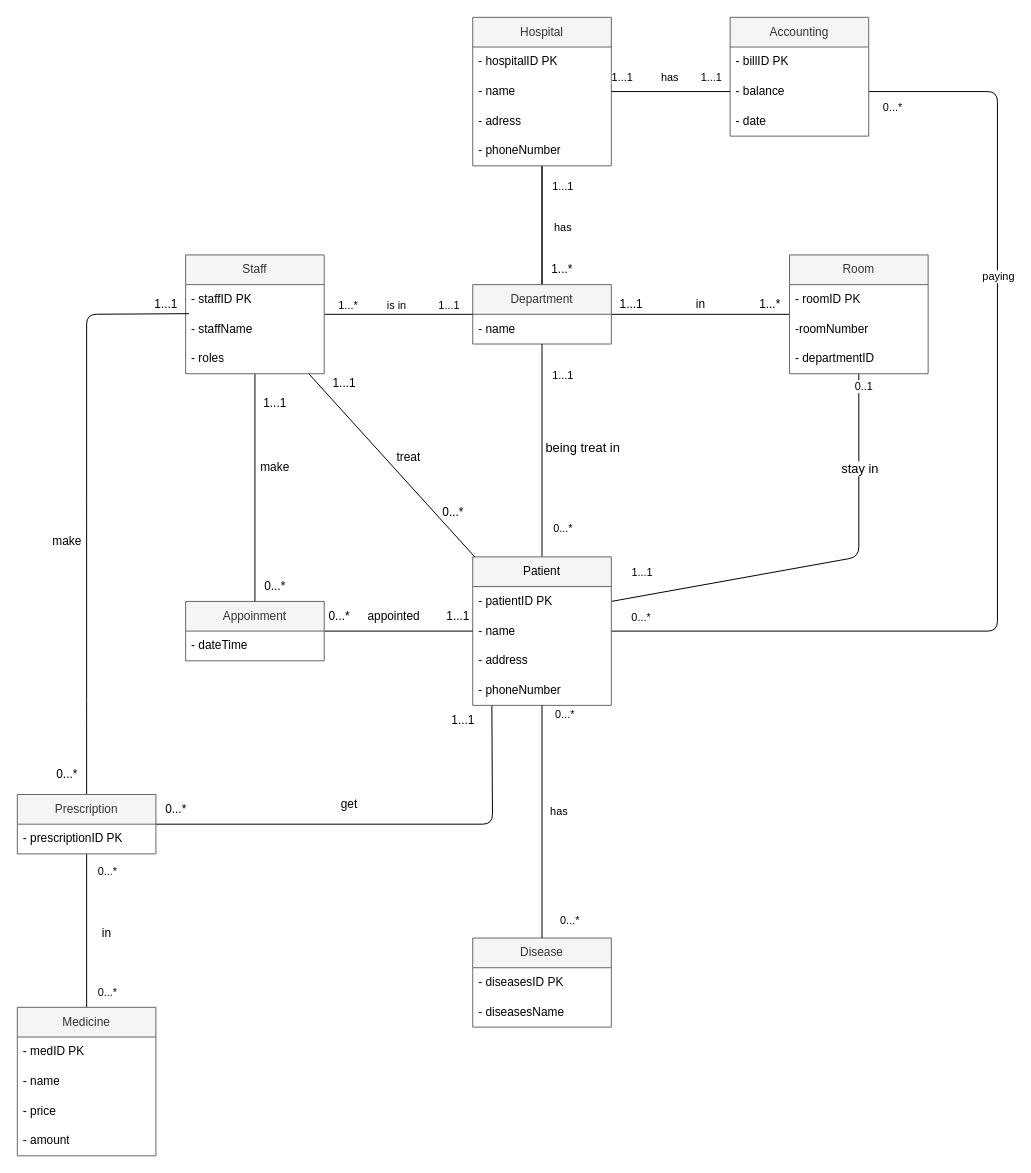
ReggieReo/MaiChaiNaHH-Hospital keeps this draw.io diagram as page "Page-1" (1 of 2) of drawio/conceptual.drawio. Above is the earlier version. Source tidied: cells renumbered, new cells numbered last; positions are measured from the earlier drawing's top-left corner, leaving out a move shared by most shapes. Both pictures are drawn from the tidied source at 99%, with x=0, y=0 at pixel (17, 17).
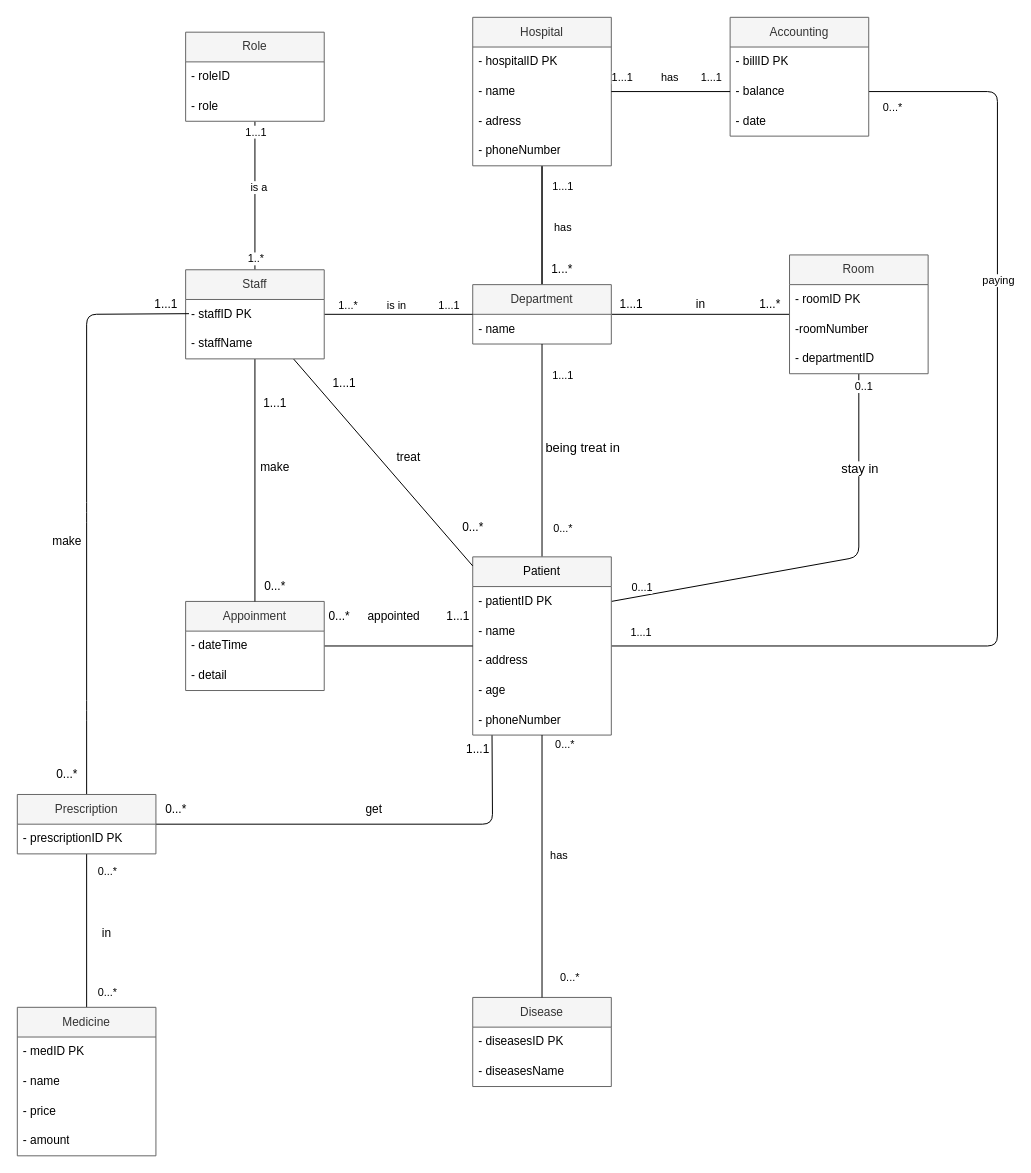
The same page after the edit.

Commit message (it also covers changes not shown here):
delete unused diagram

Unchanged cells that the change refers to:
```xml
<mxCell id="50" value="Prescription" style="swimlane;fontStyle=0;horizontal=1;startSize=30;whiteSpace=wrap;html=1;fontColor=#333333;fillColor=#f5f5f5;strokeColor=#666666;gradientColor=none;swimlaneFillColor=#FFFFFF;" parent="1" vertex="1">
  <mxGeometry y="785" width="140" height="60" as="geometry" />
</mxCell>
<mxCell id="62" value="- balance" style="text;strokeColor=none;fillColor=none;align=left;verticalAlign=middle;spacingLeft=4;spacingRight=4;overflow=hidden;points=[[0,0.5],[1,0.5]];portConstraint=eastwest;whiteSpace=wrap;html=1;fontColor=#000000;" parent="60" vertex="1">
  <mxGeometry y="60" width="140" height="30" as="geometry" />
</mxCell>
<mxCell id="78" value="1...1" style="text;html=1;align=center;verticalAlign=middle;points=[];strokeColor=none;fillColor=none;fontColor=#000000;" parent="1" vertex="1">
  <mxGeometry x="125" y="275" width="50" height="30" as="geometry" />
</mxCell>
```

Change to the diagram source:
```diff
@@
-<mxGraphModel background="#ffffff">
+<mxGraphModel background="#FFFFFF">
@@
     <mxCell id="23" style="edgeStyle=none;html=1;endArrow=none;endFill=0;strokeColor=#000000;entryX=1;entryY=0.5;entryDx=0;entryDy=0;" parent="1" edge="1" source="28" target="62">
       <mxGeometry relative="1" as="geometry">
         <Array as="points">
-          <mxPoint x="990" y="620" />
+          <mxPoint x="990" y="635" />
           <mxPoint x="990" y="75" />
         </Array>
       </mxGeometry>
     </mxCell>
-    <mxCell id="24" value="0...*" style="edgeLabel;html=1;align=center;verticalAlign=middle;fontColor=#000000;labelBackgroundColor=#FFFFFF;" parent="23" vertex="1">
+    <mxCell id="24" value="1...1" style="edgeLabel;html=1;align=center;verticalAlign=middle;fontColor=#000000;labelBackgroundColor=#FFFFFF;" parent="23" vertex="1">
       <mxGeometry x="-0.95" y="1" relative="1" as="geometry">
         <mxPoint x="2" y="-14" as="offset" />
       </mxGeometry>
     </mxCell>
@@
     <mxCell id="28" value="&lt;span style=&quot;caret-color: rgb(0, 0, 0); color: rgb(0, 0, 0); text-align: start;&quot; id=&quot;docs-internal-guid-d8c73876-7fff-4ada-b6eb-b3c8dad0a34c&quot;&gt;&lt;p style=&quot;line-height: 1.38; margin-top: 0pt; margin-bottom: 0pt;&quot; dir=&quot;ltr&quot;&gt;&lt;span style=&quot;font-family: Arial, sans-serif; background-color: transparent; font-variant-alternates: normal; font-variant-numeric: normal; font-variant-east-asian: normal; vertical-align: baseline;&quot;&gt;&lt;font style=&quot;font-size: 12px;&quot;&gt;Patient&lt;/font&gt;&lt;/span&gt;&lt;/p&gt;&lt;/span&gt;" style="swimlane;fontStyle=0;horizontal=1;startSize=30;whiteSpace=wrap;html=1;fontColor=#333333;fillColor=#f5f5f5;strokeColor=#666666;gradientColor=none;swimlaneFillColor=#FFFFFF;" parent="1" vertex="1">
-      <mxGeometry x="460" y="545" width="140" height="150" as="geometry" />
+      <mxGeometry x="460" y="545" width="140" height="180" as="geometry" />
     </mxCell>
@@
-    <mxCell id="32" value="- phoneNumber&amp;nbsp;" style="text;strokeColor=none;fillColor=none;align=left;verticalAlign=middle;spacingLeft=4;spacingRight=4;overflow=hidden;points=[[0,0.5],[1,0.5]];portConstraint=eastwest;whiteSpace=wrap;html=1;fontColor=#000000;" parent="28" vertex="1">
+    <mxCell id="32" value="- age" style="text;align=left;verticalAlign=middle;spacingLeft=4;spacingRight=4;overflow=hidden;points=[[0,0.5],[1,0.5]];portConstraint=eastwest;whiteSpace=wrap;html=1;" parent="28" vertex="1">
       <mxGeometry y="120" width="140" height="30" as="geometry" />
     </mxCell>
+    <mxCell id="95" value="- phoneNumber&amp;nbsp;" style="text;strokeColor=none;fillColor=none;align=left;verticalAlign=middle;spacingLeft=4;spacingRight=4;overflow=hidden;whiteSpace=wrap;html=1;fontColor=#000000;" parent="28" vertex="1">
+      <mxGeometry y="150" width="140" height="30" as="geometry" />
+    </mxCell>
@@
     <mxCell id="34" value="Appoinment" style="swimlane;fontStyle=0;horizontal=1;startSize=30;whiteSpace=wrap;html=1;fontColor=#333333;fillColor=#f5f5f5;strokeColor=#666666;gradientColor=none;swimlaneFillColor=#FFFFFF;" parent="1" vertex="1">
-      <mxGeometry x="170" y="590" width="140" height="60" as="geometry" />
+      <mxGeometry x="170" y="590" width="140" height="90" as="geometry" />
     </mxCell>
+    <mxCell id="96" value="- dateTime" style="text;strokeColor=none;fillColor=none;align=left;verticalAlign=middle;spacingLeft=4;spacingRight=4;overflow=hidden;whiteSpace=wrap;html=1;fontColor=#000000;" parent="34" vertex="1">
+      <mxGeometry y="30" width="140" height="30" as="geometry" />
+    </mxCell>
-    <mxCell id="35" value="- dateTime" style="text;strokeColor=none;fillColor=none;align=left;verticalAlign=middle;spacingLeft=4;spacingRight=4;overflow=hidden;whiteSpace=wrap;html=1;fontColor=#000000;" parent="34" vertex="1">
-      <mxGeometry y="30" width="140" height="30" as="geometry" />
+    <mxCell id="35" value="- detail" style="text;align=left;verticalAlign=middle;spacingLeft=4;spacingRight=4;overflow=hidden;whiteSpace=wrap;html=1;" parent="34" vertex="1">
+      <mxGeometry y="60" width="140" height="30" as="geometry" />
     </mxCell>
@@
+    <mxCell id="97" style="edgeStyle=none;html=1;exitX=0.5;exitY=0;exitDx=0;exitDy=0;endArrow=none;endFill=0;" parent="1" edge="1" source="42" target="94">
+      <mxGeometry relative="1" as="geometry" />
+    </mxCell>
+    <mxCell id="98" value="is a" style="edgeLabel;html=1;align=center;verticalAlign=middle;" parent="97" vertex="1">
+      <mxGeometry x="0.12" y="-3" relative="1" as="geometry" />
+    </mxCell>
+    <mxCell id="99" value="1..*" style="edgeLabel;html=1;align=center;verticalAlign=middle;" parent="97" vertex="1">
+      <mxGeometry x="-0.84" relative="1" as="geometry" />
+    </mxCell>
+    <mxCell id="100" value="1...1" style="edgeLabel;html=1;align=center;verticalAlign=middle;" parent="97" vertex="1">
+      <mxGeometry x="0.86" relative="1" as="geometry" />
+    </mxCell>
     <mxCell id="42" value="Staff" style="swimlane;fontStyle=0;horizontal=1;startSize=30;whiteSpace=wrap;html=1;fontColor=#333333;fillColor=#f5f5f5;strokeColor=#666666;gradientColor=none;swimlaneFillColor=#FFFFFF;" parent="1" vertex="1">
-      <mxGeometry x="170" y="240" width="140" height="120" as="geometry" />
+      <mxGeometry x="170" y="255" width="140" height="90" as="geometry" />
     </mxCell>
@@
-    <mxCell id="45" value="- roles" style="text;strokeColor=none;fillColor=none;align=left;verticalAlign=middle;spacingLeft=4;spacingRight=4;overflow=hidden;whiteSpace=wrap;html=1;fontColor=#000000;" parent="42" vertex="1">
-      <mxGeometry y="90" width="140" height="30" as="geometry" />
-    </mxCell>
-    <mxCell id="46" style="edgeStyle=none;html=1;endArrow=none;endFill=0;entryX=0.968;entryY=0.811;entryDx=0;entryDy=0;strokeColor=#000000;entryPerimeter=0;" parent="1" edge="1" source="50" target="78">
+    <mxCell id="46" style="edgeStyle=none;html=1;endArrow=none;endFill=0;entryX=0.968;entryY=0.811;entryDx=0;entryDy=0;strokeColor=#000000;entryPerimeter=0;rounded=1;" parent="1" edge="1" source="50" target="78">
       <mxGeometry relative="1" as="geometry">
         <Array as="points">
           <mxPoint x="70" y="700" />
           <mxPoint x="70" y="500" />
           <mxPoint x="70" y="300" />
         </Array>
       </mxGeometry>
     </mxCell>
@@
     <mxCell id="57" value="Disease" style="swimlane;fontStyle=0;horizontal=1;startSize=30;whiteSpace=wrap;html=1;fontColor=#333333;fillColor=#f5f5f5;strokeColor=#666666;gradientColor=none;swimlaneFillColor=#FFFFFF;" parent="1" vertex="1">
-      <mxGeometry x="460" y="930" width="140" height="90" as="geometry" />
+      <mxGeometry x="460" y="990" width="140" height="90" as="geometry" />
     </mxCell>
@@
     <mxCell id="76" value="0...*" style="text;html=1;align=center;verticalAlign=middle;strokeColor=none;fillColor=none;fontColor=#000000;labelBackgroundColor=#FFFFFF;" parent="1" vertex="1">
-      <mxGeometry x="420" y="485" width="40" height="30" as="geometry" />
+      <mxGeometry x="440" y="500" width="40" height="30" as="geometry" />
     </mxCell>
@@
     <mxCell id="82" value="1...1" style="text;html=1;align=center;verticalAlign=middle;strokeColor=none;fillColor=none;fontColor=#000000;" parent="1" vertex="1">
-      <mxGeometry x="425" y="695" width="50" height="30" as="geometry" />
+      <mxGeometry x="440" y="725" width="50" height="30" as="geometry" />
     </mxCell>
@@
     <mxCell id="84" value="get" style="text;html=1;align=center;verticalAlign=middle;strokeColor=none;fillColor=none;fontColor=#000000;labelBackgroundColor=#FFFFFF;" parent="1" vertex="1">
-      <mxGeometry x="315" y="780" width="40" height="30" as="geometry" />
+      <mxGeometry x="340" y="785" width="40" height="30" as="geometry" />
     </mxCell>
@@
-    <mxCell id="86" value="1...1" style="edgeLabel;html=1;align=center;verticalAlign=middle;labelBackgroundColor=#FFFFFF;fontColor=#000000;" parent="1" vertex="1">
-      <mxGeometry x="630" y="560" as="geometry" />
+    <mxCell id="86" value="0...1" style="edgeLabel;html=1;align=center;verticalAlign=middle;labelBackgroundColor=#FFFFFF;fontColor=#000000;" parent="1" vertex="1">
+      <mxGeometry x="630" y="575" as="geometry" />
     </mxCell>
@@
+    <mxCell id="101" style="edgeStyle=none;html=1;endArrow=none;endFill=0;" parent="1" edge="1" source="28" target="57">
+      <mxGeometry relative="1" as="geometry" />
+    </mxCell>
-    <mxCell id="91" style="edgeStyle=none;html=1;endArrow=none;endFill=0;" parent="1" edge="1" source="28" target="57">
-      <mxGeometry relative="1" as="geometry" />
+    <mxCell id="91" value="0...*" style="edgeLabel;html=1;align=center;verticalAlign=middle;" parent="101" vertex="1">
+      <mxGeometry x="-0.93" relative="1" as="geometry">
+        <mxPoint x="22" as="offset" />
+      </mxGeometry>
     </mxCell>
-    <mxCell id="92" value="0...*" style="edgeLabel;html=1;align=center;verticalAlign=middle;" parent="91" vertex="1">
-      <mxGeometry x="-0.93" relative="1" as="geometry">
-        <mxPoint x="22" as="offset" />
+    <mxCell id="92" value="0...*" style="edgeLabel;html=1;align=center;verticalAlign=middle;" parent="101" vertex="1">
+      <mxGeometry x="0.84" y="2" relative="1" as="geometry">
+        <mxPoint x="25" as="offset" />
       </mxGeometry>
     </mxCell>
-    <mxCell id="93" value="0...*" style="edgeLabel;html=1;align=center;verticalAlign=middle;" parent="91" vertex="1">
-      <mxGeometry x="0.84" y="2" relative="1" as="geometry">
-        <mxPoint x="25" as="offset" />
+    <mxCell id="93" value="has" style="edgeLabel;html=1;align=center;verticalAlign=middle;" parent="101" vertex="1">
+      <mxGeometry x="-0.02" y="-1" relative="1" as="geometry">
+        <mxPoint x="17" y="-9" as="offset" />
       </mxGeometry>
     </mxCell>
-    <mxCell id="94" value="has" style="edgeLabel;html=1;align=center;verticalAlign=middle;points=[];" parent="91" vertex="1">
-      <mxGeometry x="-0.02" y="-1" relative="1" as="geometry">
-        <mxPoint x="17" y="-9" as="offset" />
-      </mxGeometry>
+    <mxCell id="94" value="Role" style="swimlane;fontStyle=0;horizontal=1;startSize=30;whiteSpace=wrap;html=1;fontColor=#333333;fillColor=#f5f5f5;strokeColor=#666666;gradientColor=none;swimlaneFillColor=#FFFFFF;" parent="1" vertex="1">
+      <mxGeometry x="170" y="15" width="140" height="90" as="geometry" />
     </mxCell>
+    <mxCell id="102" value="- roleID" style="text;strokeColor=none;fillColor=none;align=left;verticalAlign=middle;spacingLeft=4;spacingRight=4;overflow=hidden;whiteSpace=wrap;html=1;fontColor=#000000;" parent="94" vertex="1">
+      <mxGeometry y="30" width="140" height="30" as="geometry" />
+    </mxCell>
+    <mxCell id="103" value="- role" style="text;strokeColor=none;fillColor=none;align=left;verticalAlign=middle;spacingLeft=4;spacingRight=4;overflow=hidden;whiteSpace=wrap;html=1;fontColor=#000000;" parent="94" vertex="1">
+      <mxGeometry y="60" width="140" height="30" as="geometry" />
+    </mxCell>
```
